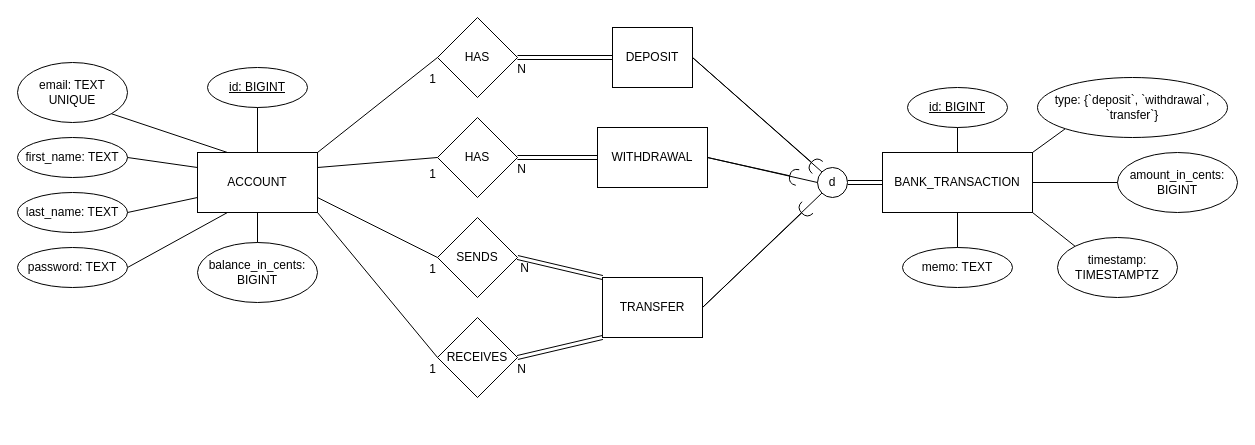
The draw.io diagram docs/eer_diagram/eer_diagram.drawio in Revature-Group-3/bank-of-cli-backend, before the edit. Source tidied: cells renumbered, new cells numbered last; positions are measured from the earlier drawing's top-left corner, leaving out a move shared by most shapes. Both pictures are drawn from the tidied source at 100%, with x=0, y=0 at pixel (17, 17).
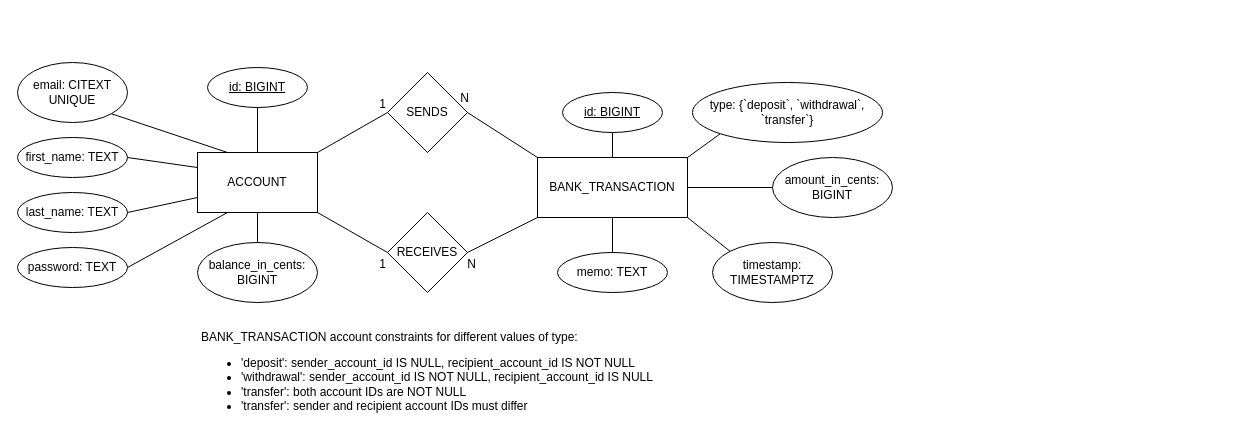
After the change.

Commit message (it also covers changes not shown here):
Updated EER diagram to reflect new database schema: BANK_TRANSACTION is no longer subclassed

Unchanged cells that the change refers to:
```xml
<mxCell id="2" value="ACCOUNT" style="rounded=0;whiteSpace=wrap;html=1;" parent="1" vertex="1">
  <mxGeometry x="180" y="135" width="120" height="60" as="geometry" />
</mxCell>
```

Change to the diagram source:
```diff
@@
     <mxCell id="3" value="BANK_TRANSACTION" style="rounded=0;whiteSpace=wrap;html=1;" parent="1" vertex="1">
-      <mxGeometry x="865" y="135" width="150" height="60" as="geometry" />
+      <mxGeometry x="520" y="140" width="150" height="60" as="geometry" />
     </mxCell>
-    <mxCell id="4" value="HAS" style="rhombus;whiteSpace=wrap;html=1;shapeInside=1;" parent="1" vertex="1">
-      <mxGeometry x="420" width="80" height="80" as="geometry" />
-    </mxCell>
-    <mxCell id="5" style="endArrow=none;html=1;rounded=0;entryX=0;entryY=0.5;entryDx=0;entryDy=0;exitX=1;exitY=0;exitDx=0;exitDy=0;" parent="1" edge="1" source="2" target="4">
-      <mxGeometry relative="1" as="geometry" />
-    </mxCell>
-    <mxCell id="6" value="1" style="html=1;whiteSpace=wrap;align=right;verticalAlign=bottom;" parent="5" vertex="1">
-      <mxGeometry x="1" relative="1" as="geometry">
-        <mxPoint y="30" as="offset" />
-      </mxGeometry>
-    </mxCell>
-    <mxCell id="7" style="shape=link;html=1;rounded=0;exitX=1;exitY=0.5;exitDx=0;exitDy=0;entryX=0;entryY=0.5;entryDx=0;entryDy=0;" parent="1" edge="1" source="4" target="25">
-      <mxGeometry relative="1" as="geometry" />
-    </mxCell>
-    <mxCell id="8" value="N" style="html=1;whiteSpace=wrap;align=right;verticalAlign=bottom;" parent="7" vertex="1">
-      <mxGeometry x="1" relative="1" as="geometry">
-        <mxPoint x="-85" y="20" as="offset" />
-      </mxGeometry>
-    </mxCell>
@@
-    <mxCell id="10" value="email: TEXT UNIQUE" style="ellipse;whiteSpace=wrap;html=1;align=center;" parent="1" vertex="1">
+    <mxCell id="10" value="email: CITEXT UNIQUE" style="ellipse;whiteSpace=wrap;html=1;align=center;" parent="1" vertex="1">
       <mxGeometry y="45" width="110" height="60" as="geometry" />
     </mxCell>
@@
     <mxCell id="15" value="id: BIGINT" style="ellipse;whiteSpace=wrap;html=1;align=center;fontStyle=4;" parent="1" vertex="1">
-      <mxGeometry x="890" y="70" width="100" height="40" as="geometry" />
+      <mxGeometry x="545" y="75" width="100" height="40" as="geometry" />
     </mxCell>
     <mxCell id="16" value="amount_in_cents: BIGINT" style="ellipse;whiteSpace=wrap;html=1;align=center;" parent="1" vertex="1">
-      <mxGeometry x="1100" y="135" width="120" height="60" as="geometry" />
+      <mxGeometry x="755" y="140" width="120" height="60" as="geometry" />
     </mxCell>
     <mxCell id="17" value="timestamp: TIMESTAMPTZ" style="ellipse;whiteSpace=wrap;html=1;align=center;" parent="1" vertex="1">
-      <mxGeometry x="1040" y="220" width="120" height="60" as="geometry" />
+      <mxGeometry x="695" y="225" width="120" height="60" as="geometry" />
     </mxCell>
@@
-    <mxCell id="23" style="shape=link;html=1;rounded=0;entryX=0;entryY=0.5;entryDx=0;entryDy=0;exitX=1;exitY=0.5;exitDx=0;exitDy=0;" parent="1" edge="1" source="24" target="3">
-      <mxGeometry relative="1" as="geometry" />
-    </mxCell>
-    <mxCell id="24" value="d" style="ellipse;whiteSpace=wrap;html=1;shapeInside=1;" parent="1" vertex="1">
-      <mxGeometry x="800" y="150" width="30" height="30" as="geometry" />
-    </mxCell>
-    <mxCell id="25" value="DEPOSIT" style="rounded=0;whiteSpace=wrap;html=1;" parent="1" vertex="1">
-      <mxGeometry x="595" y="10" width="80" height="60" as="geometry" />
-    </mxCell>
-    <mxCell id="26" value="TRANSFER" style="rounded=0;whiteSpace=wrap;html=1;" parent="1" vertex="1">
-      <mxGeometry x="585" y="260" width="100" height="60" as="geometry" />
-    </mxCell>
     <mxCell id="27" value="SENDS" style="rhombus;whiteSpace=wrap;html=1;shapeInside=1;" parent="1" vertex="1">
-      <mxGeometry x="420" y="200" width="80" height="80" as="geometry" />
+      <mxGeometry x="370" y="55" width="80" height="80" as="geometry" />
     </mxCell>
     <mxCell id="28" value="RECEIVES" style="rhombus;whiteSpace=wrap;html=1;shapeInside=1;" parent="1" vertex="1">
-      <mxGeometry x="420" y="300" width="80" height="80" as="geometry" />
+      <mxGeometry x="370" y="195" width="80" height="80" as="geometry" />
     </mxCell>
-    <mxCell id="29" style="endArrow=none;html=1;rounded=0;exitX=1;exitY=0.75;exitDx=0;exitDy=0;entryX=0;entryY=0.5;entryDx=0;entryDy=0;" parent="1" edge="1" source="2" target="27">
+    <mxCell id="29" style="endArrow=none;html=1;rounded=0;exitX=1;exitY=0;exitDx=0;exitDy=0;entryX=0;entryY=0.5;entryDx=0;entryDy=0;" parent="1" edge="1" source="2" target="27">
       <mxGeometry relative="1" as="geometry" />
     </mxCell>
@@
-    <mxCell id="31" value="1" style="html=1;whiteSpace=wrap;align=right;verticalAlign=bottom;" parent="1" vertex="1">
-      <mxGeometry x="420" y="165" as="geometry" />
-    </mxCell>
     <mxCell id="32" value="1" style="html=1;whiteSpace=wrap;align=right;verticalAlign=bottom;" parent="1" vertex="1">
-      <mxGeometry x="420" y="260" as="geometry" />
+      <mxGeometry x="370" y="95" as="geometry" />
     </mxCell>
-    <mxCell id="33" style="shape=link;html=1;rounded=0;exitX=1;exitY=0.5;exitDx=0;exitDy=0;entryX=0;entryY=0;entryDx=0;entryDy=0;" parent="1" edge="1" source="27" target="26">
-      <mxGeometry relative="1" as="geometry" />
-    </mxCell>
-    <mxCell id="34" style="shape=link;html=1;rounded=0;exitX=1;exitY=0.5;exitDx=0;exitDy=0;entryX=0;entryY=1;entryDx=0;entryDy=0;" parent="1" edge="1" source="28" target="26">
-      <mxGeometry relative="1" as="geometry" />
-    </mxCell>
     <mxCell id="35" value="N" style="html=1;whiteSpace=wrap;align=right;verticalAlign=bottom;" parent="1" vertex="1">
-      <mxGeometry x="540" y="170" as="geometry">
+      <mxGeometry x="480" as="geometry">
         <mxPoint x="-27" y="89" as="offset" />
       </mxGeometry>
     </mxCell>
     <mxCell id="36" value="N" style="html=1;whiteSpace=wrap;align=right;verticalAlign=bottom;" parent="1" vertex="1">
-      <mxGeometry x="510" y="360" as="geometry" />
+      <mxGeometry x="460" y="255" as="geometry" />
     </mxCell>
@@
-    <mxCell id="42" style="ellipse;whiteSpace=wrap;html=1;align=center;fillColor=none;strokeColor=none;perimeter=centerPerimeter;" parent="1" vertex="1">
-      <mxGeometry x="740" y="310" width="10" height="10" as="geometry" />
-    </mxCell>
-    <mxCell id="43" value="WITHDRAWAL" style="rounded=0;whiteSpace=wrap;html=1;" parent="1" vertex="1">
-      <mxGeometry x="580" y="110" width="110" height="60" as="geometry" />
-    </mxCell>
-    <mxCell id="44" value="HAS" style="rhombus;whiteSpace=wrap;html=1;shapeInside=1;" parent="1" vertex="1">
-      <mxGeometry x="420" y="100" width="80" height="80" as="geometry" />
-    </mxCell>
-    <mxCell id="45" style="endArrow=none;html=1;rounded=0;exitX=1;exitY=0.25;exitDx=0;exitDy=0;entryX=0;entryY=0.5;entryDx=0;entryDy=0;" parent="1" edge="1" source="2" target="44">
-      <mxGeometry relative="1" as="geometry" />
-    </mxCell>
-    <mxCell id="46" style="shape=link;html=1;rounded=0;entryX=0;entryY=0.5;entryDx=0;entryDy=0;exitX=1;exitY=0.5;exitDx=0;exitDy=0;" parent="1" edge="1" source="44" target="43">
-      <mxGeometry relative="1" as="geometry" />
-    </mxCell>
-    <mxCell id="47" value="N" style="html=1;whiteSpace=wrap;align=right;verticalAlign=bottom;" parent="46" vertex="1">
-      <mxGeometry x="1" relative="1" as="geometry">
-        <mxPoint x="-70" y="20" as="offset" />
-      </mxGeometry>
-    </mxCell>
-    <mxCell id="48" style="rounded=0;jettySize=auto;html=1;endArrow=halfCircle;endFill=0;endSize=6;strokeWidth=1;sketch=0;fontSize=12;curved=1;exitX=1;exitY=0.5;exitDx=0;exitDy=0;" parent="1" edge="1" source="43">
-      <mxGeometry relative="1" as="geometry">
-        <mxPoint x="780" y="160" as="targetPoint" />
-      </mxGeometry>
-    </mxCell>
-    <mxCell id="49" style="endArrow=none;html=1;rounded=0;entryX=0;entryY=0.5;entryDx=0;entryDy=0;exitX=1;exitY=0.5;exitDx=0;exitDy=0;" parent="1" edge="1" source="43" target="24">
-      <mxGeometry relative="1" as="geometry" />
-    </mxCell>
-    <mxCell id="50" style="endArrow=none;html=1;rounded=0;entryX=0;entryY=1;entryDx=0;entryDy=0;exitX=1;exitY=0.5;exitDx=0;exitDy=0;" parent="1" edge="1" source="26" target="24">
-      <mxGeometry relative="1" as="geometry" />
-    </mxCell>
-    <mxCell id="51" style="rounded=0;jettySize=auto;html=1;endArrow=halfCircle;endFill=0;endSize=6;strokeWidth=1;sketch=0;fontSize=12;curved=1;exitX=1;exitY=0.5;exitDx=0;exitDy=0;" parent="1" edge="1" source="26">
-      <mxGeometry relative="1" as="geometry">
-        <mxPoint x="790" y="190" as="targetPoint" />
-      </mxGeometry>
-    </mxCell>
-    <mxCell id="52" style="endArrow=none;html=1;rounded=0;entryX=0;entryY=0;entryDx=0;entryDy=0;exitX=1;exitY=0.5;exitDx=0;exitDy=0;" parent="1" edge="1" source="25" target="24">
-      <mxGeometry relative="1" as="geometry" />
-    </mxCell>
-    <mxCell id="53" style="rounded=0;jettySize=auto;html=1;endArrow=halfCircle;endFill=0;endSize=6;strokeWidth=1;sketch=0;fontSize=12;curved=1;exitX=1;exitY=0.5;exitDx=0;exitDy=0;" parent="1" edge="1" source="25">
-      <mxGeometry relative="1" as="geometry">
-        <mxPoint x="800" y="150" as="targetPoint" />
-      </mxGeometry>
-    </mxCell>
-    <mxCell id="54" style="ellipse;whiteSpace=wrap;html=1;align=center;fillColor=none;strokeColor=none;perimeter=centerPerimeter;" parent="1" vertex="1">
-      <mxGeometry x="700" y="100" width="10" height="10" as="geometry" />
-    </mxCell>
     <mxCell id="55" value="1" style="html=1;whiteSpace=wrap;align=right;verticalAlign=bottom;" parent="1" vertex="1">
-      <mxGeometry x="420" y="360" as="geometry" />
+      <mxGeometry x="370" y="255" as="geometry" />
     </mxCell>
     <mxCell id="56" value="memo: TEXT" style="ellipse;whiteSpace=wrap;html=1;align=center;" parent="1" vertex="1">
-      <mxGeometry x="885" y="230" width="110" height="40" as="geometry" />
+      <mxGeometry x="540" y="235" width="110" height="40" as="geometry" />
     </mxCell>
@@
     <mxCell id="58" value="type: {`deposit`, `withdrawal`, `transfer`}" style="ellipse;whiteSpace=wrap;html=1;align=center;" parent="1" vertex="1">
-      <mxGeometry x="1020" y="60" width="190" height="60" as="geometry" />
+      <mxGeometry x="675" y="65" width="190" height="60" as="geometry" />
     </mxCell>
+    <mxCell id="59" style="endArrow=none;html=1;rounded=0;exitX=0;exitY=0;exitDx=0;exitDy=0;entryX=1;entryY=0.5;entryDx=0;entryDy=0;" parent="1" edge="1" source="3" target="27">
+      <mxGeometry relative="1" as="geometry" />
+    </mxCell>
+    <mxCell id="60" style="endArrow=none;html=1;rounded=0;entryX=0;entryY=1;entryDx=0;entryDy=0;exitX=1;exitY=0.5;exitDx=0;exitDy=0;" parent="1" edge="1" source="28" target="3">
+      <mxGeometry relative="1" as="geometry" />
+    </mxCell>
+    <mxCell id="61" value="&lt;div align=&quot;left&quot;&gt;BANK_TRANSACTION account constraints for different values of type:&lt;br&gt;&lt;ul&gt;&lt;li&gt;'deposit': sender_account_id IS NULL, recipient_account_id IS NOT NULL&lt;/li&gt;&lt;li&gt;'withdrawal': sender_account_id IS NOT NULL, recipient_account_id IS NULL&lt;/li&gt;&lt;li&gt;'transfer': both account IDs are NOT NULL&lt;/li&gt;&lt;li&gt;'transfer': sender and recipient account IDs must differ&lt;/li&gt;&lt;/ul&gt;&lt;/div&gt;" style="text;html=1;whiteSpace=wrap;strokeColor=none;fillColor=none;align=center;verticalAlign=middle;rounded=0;labelPosition=center;verticalLabelPosition=middle;" parent="1" vertex="1">
+      <mxGeometry x="180" y="310" width="460" height="100" as="geometry" />
+    </mxCell>
```
